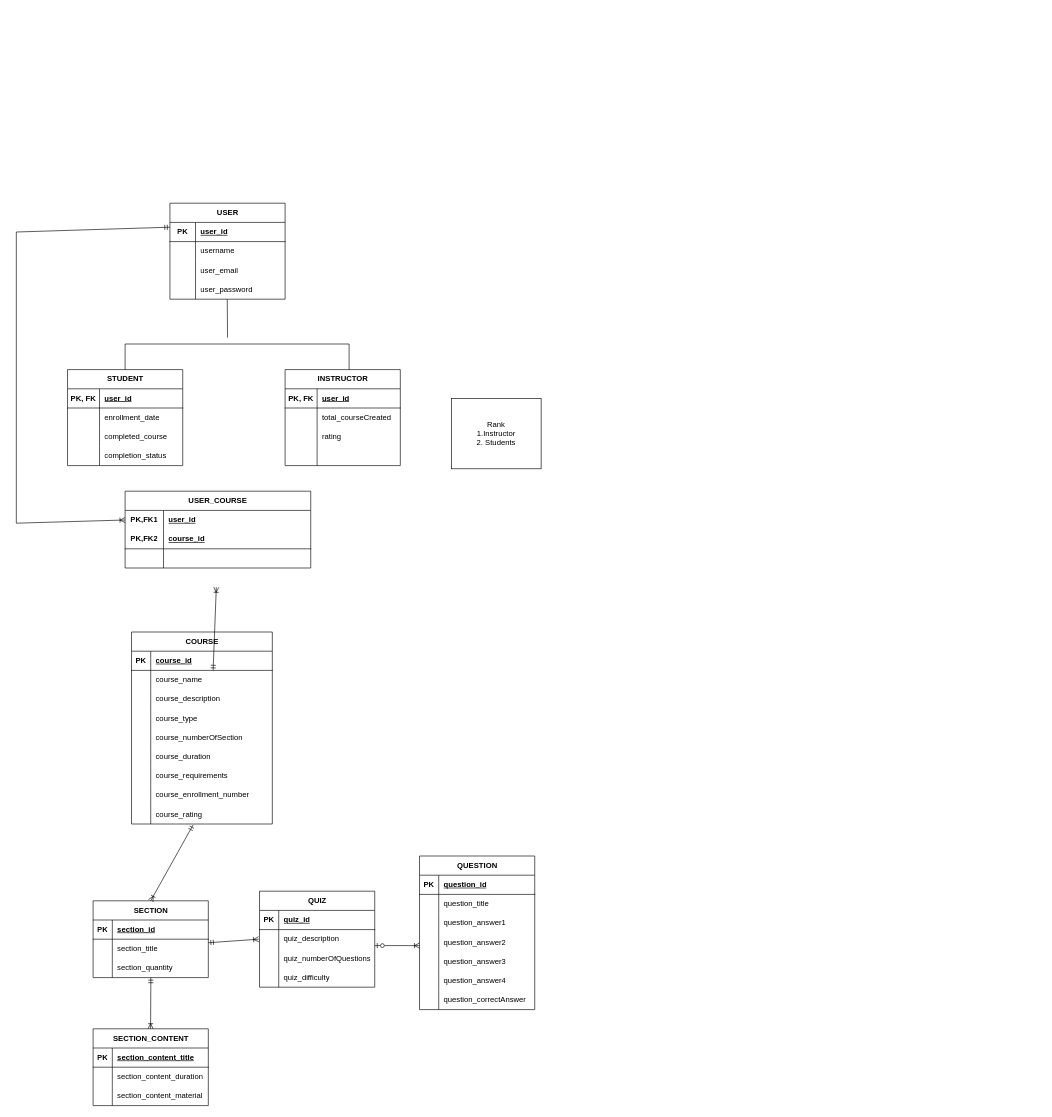
This is src/assets/LearnHub Initial ERD.drawio from wsomad/openlearnhub, a draw.io file, before an edit. Source tidied: cells renumbered, new cells numbered last; positions are measured from the earlier drawing's top-left corner, leaving out a move shared by most shapes. Both pictures are drawn from the tidied source at 64%, with x=0, y=0 at pixel (16, 203).
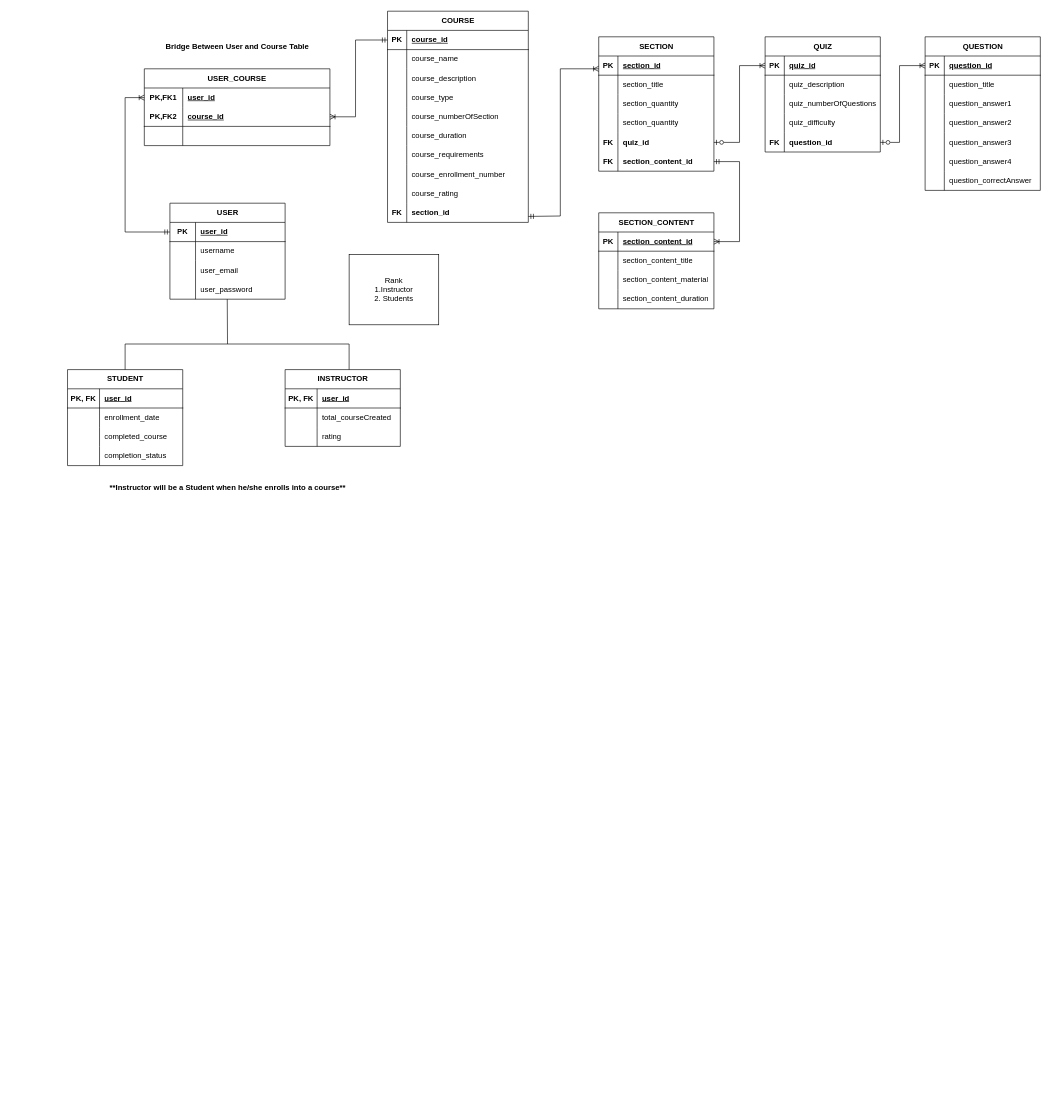
The same page after the edit.

Unchanged cells that the change refers to:
```xml
<mxCell id="2" value="USER" style="shape=table;startSize=30;childLayout=tableLayout;rowLines=0;fontStyle=1;align=center;html=1;" parent="1" vertex="1">
  <mxGeometry x="240" width="180" height="150" as="geometry" />
</mxCell>
<mxCell id="3" style="shape=tableRow;horizontal=0;startSize=0;swimlaneHead=0;swimlaneBody=0;fillColor=none;points=[[0,0.5],[1,0.5]];portConstraint=eastwest;top=0;left=0;right=0;bottom=1;" parent="2" vertex="1">
  <mxGeometry y="30" width="180" height="30" as="geometry" />
</mxCell>
<mxCell id="16" style="shape=tableRow;horizontal=0;startSize=0;swimlaneHead=0;swimlaneBody=0;fillColor=none;points=[[0,0.5],[1,0.5]];portConstraint=eastwest;top=0;left=0;right=0;bottom=1;" parent="15" vertex="1">
  <mxGeometry y="30" width="220" height="30" as="geometry" />
</mxCell>
<mxCell id="40" style="shape=tableRow;horizontal=0;startSize=0;swimlaneHead=0;swimlaneBody=0;fillColor=none;points=[[0,0.5],[1,0.5]];portConstraint=eastwest;top=0;left=0;right=0;bottom=0;" parent="15" vertex="1">
  <mxGeometry y="270" width="220" height="30" as="geometry" />
</mxCell>
<mxCell id="45" style="shape=tableRow;horizontal=0;startSize=0;swimlaneHead=0;swimlaneBody=0;fillColor=none;points=[[0,0.5],[1,0.5]];portConstraint=eastwest;top=0;left=0;right=0;bottom=1;" parent="44" vertex="1">
  <mxGeometry y="30" width="180" height="30" as="geometry" />
</mxCell>
<mxCell id="58" style="shape=tableRow;horizontal=0;startSize=0;swimlaneHead=0;swimlaneBody=0;fillColor=none;points=[[0,0.5],[1,0.5]];portConstraint=eastwest;top=0;left=0;right=0;bottom=1;" parent="57" vertex="1">
  <mxGeometry y="30" width="180" height="30" as="geometry" />
</mxCell>
<mxCell id="83" style="shape=tableRow;horizontal=0;startSize=0;swimlaneHead=0;swimlaneBody=0;fillColor=none;points=[[0,0.5],[1,0.5]];portConstraint=eastwest;top=0;left=0;right=0;bottom=1;" parent="82" vertex="1">
  <mxGeometry y="30" width="180" height="30" as="geometry" />
</mxCell>
<mxCell id="86" style="shape=tableRow;horizontal=0;startSize=0;swimlaneHead=0;swimlaneBody=0;fillColor=none;top=0;left=0;right=0;bottom=0;" parent="82" vertex="1">
  <mxGeometry y="60" width="180" height="30" as="geometry" />
</mxCell>
<mxCell id="131" style="shape=tableRow;horizontal=0;startSize=0;swimlaneHead=0;swimlaneBody=0;fillColor=none;points=[[0,0.5],[1,0.5]];portConstraint=eastwest;top=0;left=0;right=0;bottom=0;html=1;" parent="130" vertex="1">
  <mxGeometry y="30" width="290" height="30" as="geometry" />
</mxCell>
<mxCell id="134" style="shape=tableRow;horizontal=0;startSize=0;swimlaneHead=0;swimlaneBody=0;fillColor=none;points=[[0,0.5],[1,0.5]];portConstraint=eastwest;top=0;left=0;right=0;bottom=1;html=1;" parent="130" vertex="1">
  <mxGeometry y="60" width="290" height="30" as="geometry" />
</mxCell>
```

What changed in the source:
```diff
@@
     <mxCell id="15" value="COURSE" style="shape=table;startSize=30;childLayout=tableLayout;rowLines=0;fontStyle=1;align=center;html=1;" parent="1" vertex="1">
-      <mxGeometry x="180" y="670" width="220" height="300" as="geometry" />
+      <mxGeometry x="580" y="-300" width="220" height="330" as="geometry" />
     </mxCell>
@@
+    <mxCell id="145" style="shape=tableRow;horizontal=0;startSize=0;swimlaneHead=0;swimlaneBody=0;fillColor=none;points=[[0,0.5],[1,0.5]];portConstraint=eastwest;top=0;left=0;right=0;bottom=0;" parent="15" vertex="1">
+      <mxGeometry y="300" width="220" height="30" as="geometry" />
+    </mxCell>
+    <mxCell id="146" value="&lt;b&gt;FK&lt;/b&gt;" style="shape=partialRectangle;fillColor=none;top=0;left=0;bottom=0;right=0;overflow=hidden;whiteSpace=wrap;html=1;" parent="145" vertex="1">
+      <mxGeometry width="30" height="30" as="geometry" />
+    </mxCell>
+    <mxCell id="147" value="&lt;b&gt;section_id&lt;/b&gt;" style="shape=partialRectangle;fillColor=none;top=0;left=0;bottom=0;right=0;align=left;spacingLeft=6;overflow=hidden;whiteSpace=wrap;html=1;" parent="145" vertex="1">
+      <mxGeometry x="30" width="190" height="30" as="geometry" />
+    </mxCell>
     <mxCell id="43" value="Rank&lt;div&gt;1.&lt;span style=&quot;background-color: initial;&quot;&gt;Instructor&lt;/span&gt;&lt;/div&gt;&lt;div&gt;2. Students&lt;/div&gt;" style="rounded=0;whiteSpace=wrap;html=1;" parent="1" vertex="1">
-      <mxGeometry x="680" y="305" width="140" height="110" as="geometry" />
+      <mxGeometry x="520" y="80" width="140" height="110" as="geometry" />
     </mxCell>
     <mxCell id="44" value="QUIZ" style="shape=table;startSize=30;childLayout=tableLayout;rowLines=0;fontStyle=1;align=center;html=1;" parent="1" vertex="1">
-      <mxGeometry x="380" y="1075" width="180" height="150" as="geometry" />
+      <mxGeometry x="1170" y="-260" width="180" height="180" as="geometry" />
     </mxCell>
@@
+    <mxCell id="148" style="shape=tableRow;horizontal=0;startSize=0;swimlaneHead=0;swimlaneBody=0;fillColor=none;points=[[0,0.5],[1,0.5]];portConstraint=eastwest;top=0;left=0;right=0;bottom=0;" parent="44" vertex="1">
+      <mxGeometry y="150" width="180" height="30" as="geometry" />
+    </mxCell>
+    <mxCell id="149" value="&lt;b&gt;FK&lt;/b&gt;" style="shape=partialRectangle;fillColor=none;top=0;left=0;bottom=0;right=0;overflow=hidden;whiteSpace=wrap;html=1;" parent="148" vertex="1">
+      <mxGeometry width="30" height="30" as="geometry" />
+    </mxCell>
+    <mxCell id="150" value="&lt;b&gt;question_id&lt;/b&gt;" style="shape=partialRectangle;fillColor=none;top=0;left=0;bottom=0;right=0;align=left;spacingLeft=6;overflow=hidden;whiteSpace=wrap;html=1;" parent="148" vertex="1">
+      <mxGeometry x="30" width="150" height="30" as="geometry" />
+    </mxCell>
     <mxCell id="57" value="QUESTION" style="shape=table;startSize=30;childLayout=tableLayout;rowLines=0;fontStyle=1;align=center;html=1;" parent="1" vertex="1">
-      <mxGeometry x="630" y="1020" width="180" height="240" as="geometry" />
+      <mxGeometry x="1420" y="-260" width="180" height="240" as="geometry" />
     </mxCell>
@@
-    <mxCell id="79" style="fontSize=12;html=1;endArrow=ERoneToMany;startArrow=ERmandOne;rounded=0;exitX=0.5;exitY=0;exitDx=0;exitDy=0;entryX=0.5;entryY=1;entryDx=0;entryDy=0;" parent="1" edge="1">
+    <mxCell id="79" style="fontSize=12;html=1;endArrow=ERoneToMany;startArrow=ERmandOne;rounded=0;exitX=0;exitY=0.5;exitDx=0;exitDy=0;entryX=1;entryY=0.5;entryDx=0;entryDy=0;" parent="1" edge="1" source="16" target="134">
       <mxGeometry relative="1" as="geometry">
-        <mxPoint x="307.5" y="730" as="sourcePoint" />
-        <mxPoint x="312.5" y="600" as="targetPoint" />
+        <Array as="points">
+          <mxPoint x="530" y="-255" />
+          <mxPoint x="530" y="-135" />
+        </Array>
       </mxGeometry>
     </mxCell>
-    <mxCell id="80" style="fontSize=12;html=1;endArrow=ERoneToMany;startArrow=ERzeroToOne;rounded=0;exitX=0.997;exitY=0.011;exitDx=0;exitDy=0;exitPerimeter=0;startFill=0;" parent="1" edge="1">
+    <mxCell id="80" style="fontSize=12;html=1;endArrow=ERoneToMany;startArrow=ERzeroToOne;rounded=0;exitX=1;exitY=0.5;exitDx=0;exitDy=0;startFill=0;entryX=0;entryY=0.5;entryDx=0;entryDy=0;" parent="1" edge="1" source="148" target="58">
       <mxGeometry relative="1" as="geometry">
-        <mxPoint x="560" y="1160" as="sourcePoint" />
-        <mxPoint x="630" y="1160" as="targetPoint" />
+        <Array as="points">
+          <mxPoint x="1380" y="-95" />
+          <mxPoint x="1380" y="-215" />
+        </Array>
       </mxGeometry>
     </mxCell>
-    <mxCell id="81" style="fontSize=12;html=1;endArrow=ERoneToMany;startArrow=ERmandOne;rounded=0;exitX=1;exitY=0.5;exitDx=0;exitDy=0;entryX=-0.007;entryY=-0.017;entryDx=0;entryDy=0;entryPerimeter=0;" parent="1" edge="1">
+    <mxCell id="81" style="fontSize=12;html=1;endArrow=ERoneToMany;startArrow=ERzeroToOne;rounded=0;exitX=1;exitY=0.5;exitDx=0;exitDy=0;entryX=0;entryY=0.5;entryDx=0;entryDy=0;startFill=0;" parent="1" edge="1" source="156" target="45">
       <mxGeometry relative="1" as="geometry">
-        <mxPoint x="300" y="1155.5" as="sourcePoint" />
-        <mxPoint x="378.7" y="1150" as="targetPoint" />
+        <Array as="points">
+          <mxPoint x="1130" y="-95" />
+          <mxPoint x="1130" y="-215" />
+        </Array>
       </mxGeometry>
     </mxCell>
     <mxCell id="82" value="SECTION_CONTENT" style="shape=table;startSize=30;childLayout=tableLayout;rowLines=0;fontStyle=1;align=center;html=1;" parent="1" vertex="1">
-      <mxGeometry x="120" y="1290" width="180" height="120" as="geometry" />
+      <mxGeometry x="910" y="15" width="180" height="150" as="geometry" />
     </mxCell>
@@
-    <mxCell id="85" value="section_content_title" style="shape=partialRectangle;fillColor=none;top=0;left=0;bottom=0;right=0;align=left;spacingLeft=6;fontStyle=5;overflow=hidden;whiteSpace=wrap;html=1;" parent="83" vertex="1">
+    <mxCell id="85" value="section_content_id" style="shape=partialRectangle;fillColor=none;top=0;left=0;bottom=0;right=0;align=left;spacingLeft=6;fontStyle=5;overflow=hidden;whiteSpace=wrap;html=1;" parent="83" vertex="1">
       <mxGeometry x="30" width="150" height="30" as="geometry" />
     </mxCell>
@@
-    <mxCell id="88" value="section_content_duration" style="shape=partialRectangle;fillColor=none;top=0;left=0;bottom=0;right=0;align=left;spacingLeft=6;overflow=hidden;whiteSpace=wrap;html=1;" parent="86" vertex="1">
+    <mxCell id="88" value="section_content_title" style="shape=partialRectangle;fillColor=none;top=0;left=0;bottom=0;right=0;align=left;spacingLeft=6;overflow=hidden;whiteSpace=wrap;html=1;" parent="86" vertex="1">
       <mxGeometry x="30" width="150" height="30" as="geometry" />
     </mxCell>
@@
+    <mxCell id="114" style="shape=tableRow;horizontal=0;startSize=0;swimlaneHead=0;swimlaneBody=0;fillColor=none;top=0;left=0;right=0;bottom=0;" parent="82" vertex="1">
+      <mxGeometry y="120" width="180" height="30" as="geometry" />
+    </mxCell>
+    <mxCell id="151" style="shape=partialRectangle;fillColor=none;top=0;left=0;bottom=0;right=0;overflow=hidden;whiteSpace=wrap;html=1;" parent="114" vertex="1">
+      <mxGeometry width="30" height="30" as="geometry" />
+    </mxCell>
+    <mxCell id="152" value="section_content_duration" style="shape=partialRectangle;fillColor=none;top=0;left=0;bottom=0;right=0;align=left;spacingLeft=6;overflow=hidden;whiteSpace=wrap;html=1;" parent="114" vertex="1">
+      <mxGeometry x="30" width="150" height="30" as="geometry" />
+    </mxCell>
     <mxCell id="92" value="SECTION" style="shape=table;startSize=30;childLayout=tableLayout;rowLines=0;fontStyle=1;align=center;html=1;" parent="1" vertex="1">
-      <mxGeometry x="120" y="1090" width="180" height="120" as="geometry" />
+      <mxGeometry x="910" y="-260" width="180" height="210" as="geometry" />
     </mxCell>
@@
+    <mxCell id="153" style="shape=tableRow;horizontal=0;startSize=0;swimlaneHead=0;swimlaneBody=0;fillColor=none;top=0;left=0;right=0;bottom=0;fontStyle=0;" parent="92" vertex="1">
+      <mxGeometry y="120" width="180" height="30" as="geometry" />
+    </mxCell>
+    <mxCell id="154" style="shape=partialRectangle;fillColor=none;top=0;left=0;bottom=0;right=0;overflow=hidden;whiteSpace=wrap;html=1;fontStyle=0;" parent="153" vertex="1">
+      <mxGeometry width="30" height="30" as="geometry" />
+    </mxCell>
+    <mxCell id="155" value="&lt;span style=&quot;&quot;&gt;section&lt;/span&gt;_quantity" style="shape=partialRectangle;fillColor=none;top=0;left=0;bottom=0;right=0;align=left;spacingLeft=6;overflow=hidden;whiteSpace=wrap;html=1;fontStyle=0;" parent="153" vertex="1">
+      <mxGeometry x="30" width="150" height="30" as="geometry" />
+    </mxCell>
+    <mxCell id="156" style="shape=tableRow;horizontal=0;startSize=0;swimlaneHead=0;swimlaneBody=0;fillColor=none;points=[[0,0.5],[1,0.5]];portConstraint=eastwest;top=0;left=0;right=0;bottom=0;fontStyle=0;" parent="92" vertex="1">
+      <mxGeometry y="150" width="180" height="30" as="geometry" />
+    </mxCell>
+    <mxCell id="157" value="&lt;b&gt;FK&lt;/b&gt;" style="shape=partialRectangle;fillColor=none;top=0;left=0;bottom=0;right=0;overflow=hidden;whiteSpace=wrap;html=1;fontStyle=0;" parent="156" vertex="1">
+      <mxGeometry width="30" height="30" as="geometry" />
+    </mxCell>
+    <mxCell id="158" value="&lt;b&gt;quiz_id&lt;/b&gt;" style="shape=partialRectangle;fillColor=none;top=0;left=0;bottom=0;right=0;align=left;spacingLeft=6;overflow=hidden;whiteSpace=wrap;html=1;fontStyle=0;" parent="156" vertex="1">
+      <mxGeometry x="30" width="150" height="30" as="geometry" />
+    </mxCell>
+    <mxCell id="159" style="shape=tableRow;horizontal=0;startSize=0;swimlaneHead=0;swimlaneBody=0;fillColor=none;points=[[0,0.5],[1,0.5]];portConstraint=eastwest;top=0;left=0;right=0;bottom=0;fontStyle=0;" parent="92" vertex="1">
+      <mxGeometry y="180" width="180" height="30" as="geometry" />
+    </mxCell>
+    <mxCell id="160" value="FK" style="shape=partialRectangle;fillColor=none;top=0;left=0;bottom=0;right=0;overflow=hidden;whiteSpace=wrap;html=1;fontStyle=1;" parent="159" vertex="1">
+      <mxGeometry width="30" height="30" as="geometry" />
+    </mxCell>
+    <mxCell id="161" value="&lt;b&gt;section_content_id&lt;/b&gt;" style="shape=partialRectangle;fillColor=none;top=0;left=0;bottom=0;right=0;align=left;spacingLeft=6;overflow=hidden;whiteSpace=wrap;html=1;fontStyle=1;" parent="159" vertex="1">
+      <mxGeometry x="30" width="150" height="30" as="geometry" />
+    </mxCell>
-    <mxCell id="102" style="fontSize=12;html=1;endArrow=ERoneToMany;startArrow=ERmandOne;rounded=0;exitX=0.437;exitY=1.05;exitDx=0;exitDy=0;entryX=0.5;entryY=0;entryDx=0;entryDy=0;exitPerimeter=0;" parent="1" edge="1" source="40" target="92">
-      <mxGeometry relative="1" as="geometry" />
+    <mxCell id="102" style="fontSize=12;html=1;endArrow=ERoneToMany;startArrow=ERmandOne;rounded=0;entryX=0;entryY=0.5;entryDx=0;entryDy=0;exitX=1;exitY=0.689;exitDx=0;exitDy=0;exitPerimeter=0;" parent="1" edge="1" source="145">
+      <mxGeometry relative="1" as="geometry">
+        <mxPoint x="910" y="-210" as="targetPoint" />
+        <Array as="points">
+          <mxPoint x="850" y="20" />
+          <mxPoint x="850" y="-210" />
+        </Array>
+      </mxGeometry>
     </mxCell>
-    <mxCell id="103" style="fontSize=12;html=1;endArrow=ERoneToMany;startArrow=ERmandOne;rounded=0;exitX=0.505;exitY=1.067;exitDx=0;exitDy=0;entryX=0.5;entryY=0;entryDx=0;entryDy=0;exitPerimeter=0;" parent="1" edge="1">
+    <mxCell id="103" style="fontSize=12;html=1;endArrow=ERoneToMany;startArrow=ERmandOne;rounded=0;exitX=1;exitY=0.5;exitDx=0;exitDy=0;entryX=1;entryY=0.5;entryDx=0;entryDy=0;" parent="1" edge="1" source="159" target="83">
       <mxGeometry relative="1" as="geometry">
-        <mxPoint x="210.2" y="1210" as="sourcePoint" />
-        <mxPoint x="209.8" y="1290" as="targetPoint" />
+        <Array as="points">
+          <mxPoint x="1130" y="-65" />
+          <mxPoint x="1130" y="60" />
+        </Array>
       </mxGeometry>
     </mxCell>
     <mxCell id="104" value="INSTRUCTOR" style="shape=table;startSize=30;childLayout=tableLayout;rowLines=0;fontStyle=1;align=center;html=1;" parent="1" vertex="1">
-      <mxGeometry x="420" y="260" width="180" height="150" as="geometry" />
+      <mxGeometry x="420" y="260" width="180" height="120" as="geometry" />
     </mxCell>
@@
-    <mxCell id="114" style="shape=tableRow;horizontal=0;startSize=0;swimlaneHead=0;swimlaneBody=0;fillColor=none;top=0;left=0;right=0;bottom=0;" parent="104" vertex="1">
-      <mxGeometry y="120" width="180" height="30" as="geometry" />
-    </mxCell>
-    <mxCell id="115" style="shape=partialRectangle;fillColor=none;top=0;left=0;bottom=0;right=0;overflow=hidden;whiteSpace=wrap;html=1;" parent="114" vertex="1">
-      <mxGeometry width="50" height="30" as="geometry" />
-    </mxCell>
-    <mxCell id="116" style="shape=partialRectangle;fillColor=none;top=0;left=0;bottom=0;right=0;align=left;spacingLeft=6;overflow=hidden;whiteSpace=wrap;html=1;" parent="114" vertex="1">
-      <mxGeometry x="50" width="130" height="30" as="geometry" />
-    </mxCell>
@@
     <mxCell id="130" value="USER_COURSE" style="shape=table;startSize=30;childLayout=tableLayout;rowLines=0;fontStyle=1;align=center;html=1;whiteSpace=wrap;" parent="1" vertex="1">
-      <mxGeometry x="170" y="450" width="290" height="120" as="geometry" />
+      <mxGeometry x="200" y="-210" width="290" height="120" as="geometry" />
     </mxCell>
@@
     <mxCell id="141" style="endArrow=none;html=1;rounded=0;entryX=0.539;entryY=1.022;entryDx=0;entryDy=0;entryPerimeter=0;" parent="1" edge="1">
       <mxGeometry relative="1" as="geometry">
-        <mxPoint x="330" y="210" as="sourcePoint" />
+        <mxPoint x="330" y="220" as="sourcePoint" />
         <mxPoint x="329.6" y="150" as="targetPoint" />
       </mxGeometry>
     </mxCell>
@@
-    <mxCell id="144" style="fontSize=12;html=1;endArrow=ERoneToMany;startArrow=ERmandOne;rounded=0;exitX=0;exitY=0.25;exitDx=0;exitDy=0;entryX=0;entryY=0.5;entryDx=0;entryDy=0;" parent="1" edge="1" source="2" target="131">
+    <mxCell id="144" style="fontSize=12;html=1;endArrow=ERoneToMany;startArrow=ERmandOne;rounded=0;exitX=0;exitY=0.5;exitDx=0;exitDy=0;entryX=0;entryY=0.5;entryDx=0;entryDy=0;" parent="1" edge="1" source="3" target="131">
       <mxGeometry relative="1" as="geometry">
         <Array as="points">
-          <mxPoint y="45" />
-          <mxPoint y="500" />
+          <mxPoint x="170" y="45" />
+          <mxPoint x="170" y="-165" />
         </Array>
       </mxGeometry>
     </mxCell>
+    <mxCell id="162" value="Bridge Between User and Course Table" style="text;html=1;align=center;verticalAlign=middle;strokeColor=none;fillColor=none;fontStyle=1;" parent="1" vertex="1">
+      <mxGeometry x="230" y="-260" width="230" height="30" as="geometry" />
+    </mxCell>
+    <mxCell id="163" value="**Instructor will be a Student when he/she enrolls into a course**" style="text;html=1;align=center;verticalAlign=middle;strokeColor=none;fillColor=none;fontStyle=1;" parent="1" vertex="1">
+      <mxGeometry x="145" y="430" width="370" height="30" as="geometry" />
+    </mxCell>
```
